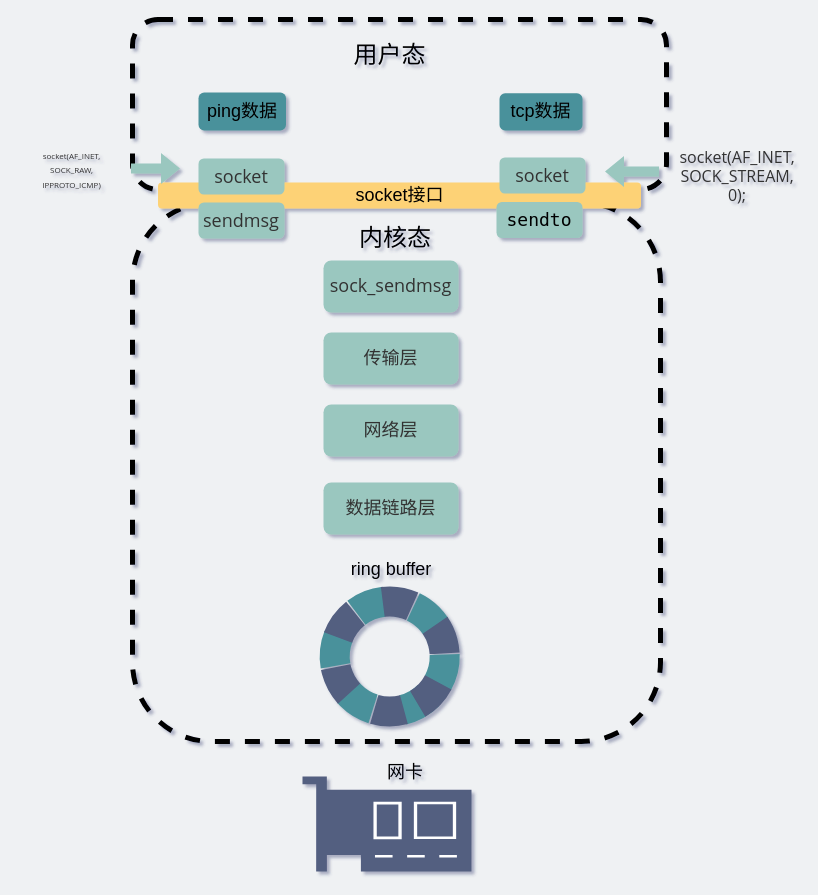
Earlier version of the draw.io diagram network/ping和普通发消息的关系.drawio (xiaobaiTech/image). Source tidied: cells renumbered, new cells numbered last; positions are measured from the earlier drawing's top-left corner, leaving out a move shared by most shapes. Both pictures are drawn from the tidied source at 100%, with x=0, y=0 at pixel (17, 19).
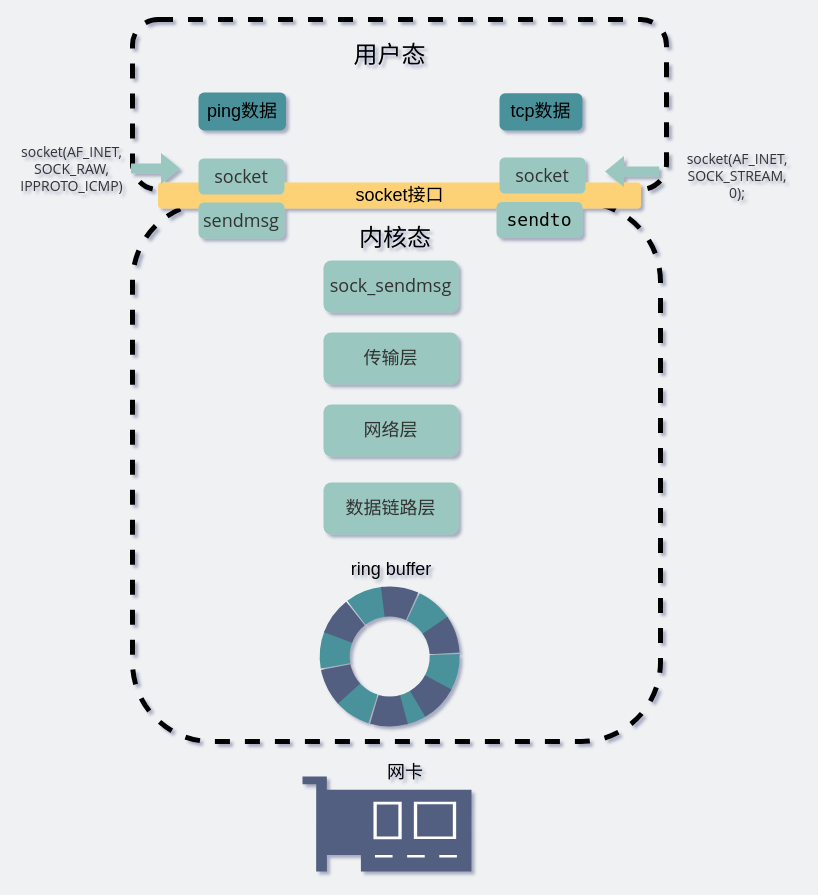
After the change.

Commit message (it also covers changes not shown here):
Update ping和普通发消息的关系.drawio

Change to the diagram source:
```diff
@@
-    <mxCell id="8" value="&lt;font style=&quot;font-size: 8px&quot;&gt;&lt;span style=&quot;color: rgb(51 , 51 , 51) ; font-family: &amp;#34;open sans&amp;#34; , &amp;#34;clear sans&amp;#34; , &amp;#34;helvetica neue&amp;#34; , &amp;#34;helvetica&amp;#34; , &amp;#34;arial&amp;#34; , sans-serif&quot;&gt;socket&lt;/span&gt;&lt;span style=&quot;color: rgb(51 , 51 , 51) ; font-family: &amp;#34;open sans&amp;#34; , &amp;#34;clear sans&amp;#34; , &amp;#34;helvetica neue&amp;#34; , &amp;#34;helvetica&amp;#34; , &amp;#34;arial&amp;#34; , sans-serif&quot;&gt;&lt;font&gt;(AF_INET, &lt;br&gt;SOCK_RAW, &lt;br&gt;IPPROTO_ICMP)&lt;/font&gt;&lt;/span&gt;&lt;/font&gt;" style="text;html=1;strokeColor=none;fillColor=none;align=center;verticalAlign=middle;whiteSpace=wrap;rounded=0;" parent="1" vertex="1">
+    <mxCell id="8" value="&lt;font style=&quot;font-size: 14px&quot;&gt;&lt;span style=&quot;color: rgb(51 , 51 , 51) ; font-family: &amp;#34;open sans&amp;#34; , &amp;#34;clear sans&amp;#34; , &amp;#34;helvetica neue&amp;#34; , &amp;#34;helvetica&amp;#34; , &amp;#34;arial&amp;#34; , sans-serif&quot;&gt;socket&lt;/span&gt;&lt;span style=&quot;color: rgb(51 , 51 , 51) ; font-family: &amp;#34;open sans&amp;#34; , &amp;#34;clear sans&amp;#34; , &amp;#34;helvetica neue&amp;#34; , &amp;#34;helvetica&amp;#34; , &amp;#34;arial&amp;#34; , sans-serif&quot;&gt;&lt;font&gt;(AF_INET, &lt;br&gt;SOCK_RAW, &lt;br&gt;IPPROTO_ICMP)&lt;/font&gt;&lt;/span&gt;&lt;/font&gt;" style="text;html=1;strokeColor=none;fillColor=none;align=center;verticalAlign=middle;whiteSpace=wrap;rounded=0;" parent="1" vertex="1">
       <mxGeometry y="119" width="109" height="61" as="geometry" />
     </mxCell>
@@
-    <mxCell id="14" value="&lt;span style=&quot;color: rgb(51 , 51 , 51) ; font-family: &amp;quot;open sans&amp;quot; , &amp;quot;clear sans&amp;quot; , &amp;quot;helvetica neue&amp;quot; , &amp;quot;helvetica&amp;quot; , &amp;quot;arial&amp;quot; , sans-serif ; font-size: 16px&quot;&gt;socket(AF_INET, SOCK_STREAM, 0);&lt;/span&gt;" style="text;html=1;strokeColor=none;align=center;verticalAlign=middle;whiteSpace=wrap;rounded=0;dashed=1;labelBackgroundColor=none;" parent="1" vertex="1">
+    <mxCell id="14" value="&lt;span style=&quot;color: rgb(51 , 51 , 51) ; font-family: &amp;#34;open sans&amp;#34; , &amp;#34;clear sans&amp;#34; , &amp;#34;helvetica neue&amp;#34; , &amp;#34;helvetica&amp;#34; , &amp;#34;arial&amp;#34; , sans-serif&quot;&gt;&lt;font style=&quot;font-size: 14px&quot;&gt;socket(AF_INET, SOCK_STREAM, 0);&lt;/font&gt;&lt;/span&gt;" style="text;html=1;strokeColor=none;align=center;verticalAlign=middle;whiteSpace=wrap;rounded=0;dashed=1;labelBackgroundColor=none;" parent="1" vertex="1">
       <mxGeometry x="700" y="147" width="40" height="20" as="geometry" />
     </mxCell>
```
